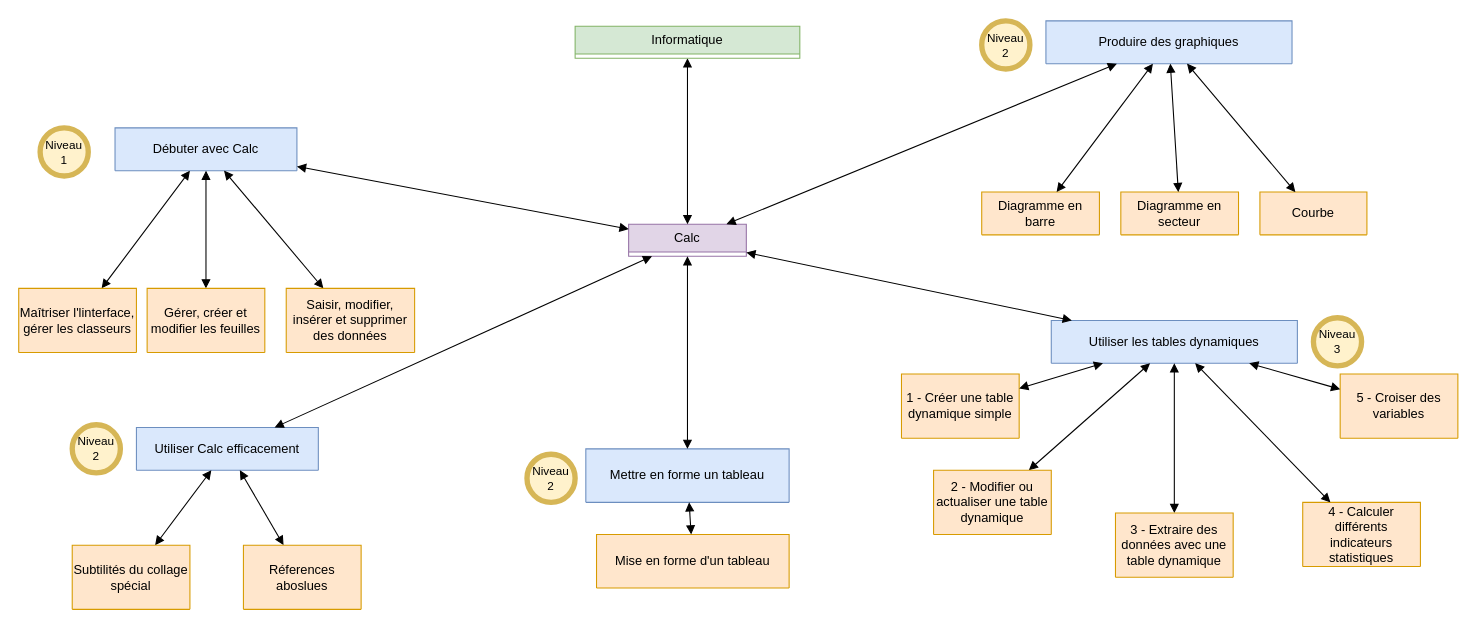
The draw.io diagram calc.drawio in jean-seb-2106/pythontest, before the edit. Source tidied: cells renumbered, new cells numbered last; positions are measured from the earlier drawing's top-left corner, leaving out a move shared by most shapes. Both pictures are drawn from the tidied source at 107%, with x=0, y=0 at pixel (18, 20).
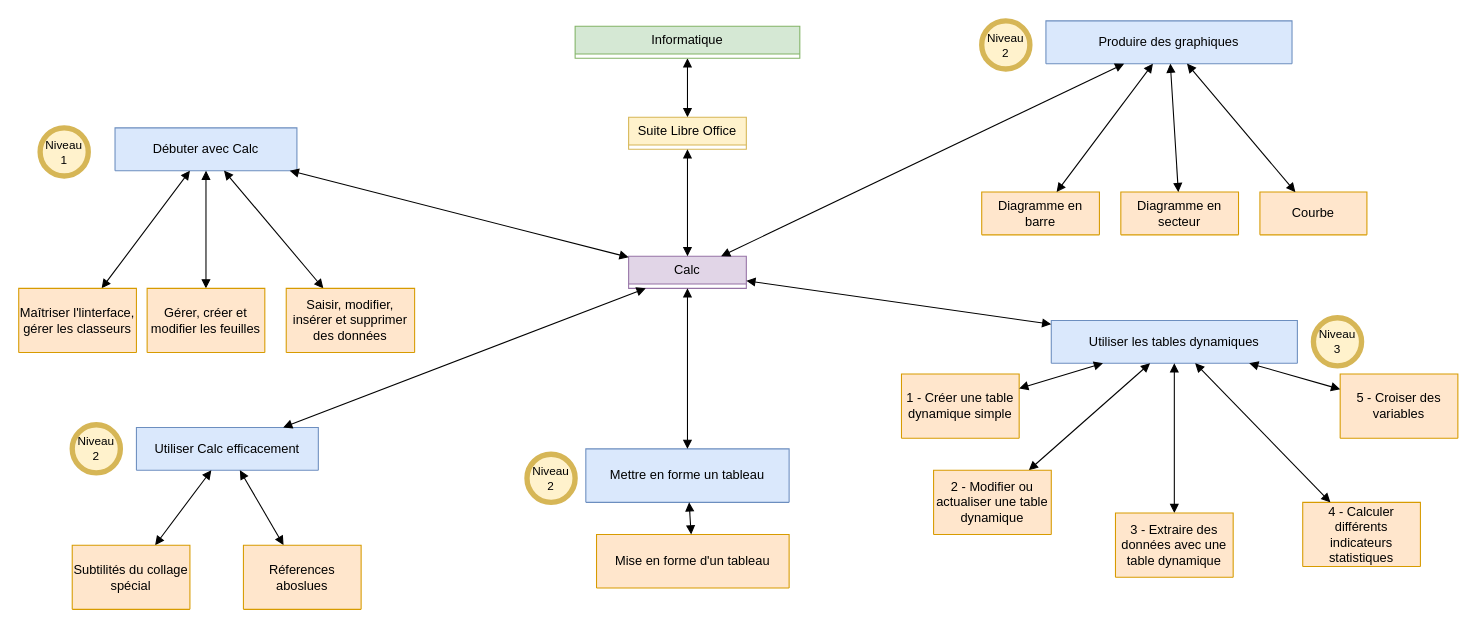
After the change.

Commit message:
Mettre à jour calc.drawio

The change refers to these unchanged cells:
```xml
<mxCell id="4" value="Informatique" style="swimlane;fontStyle=0;horizontal=1;startSize=26;fillColor=#d5e8d4;whiteSpace=wrap;html=1;strokeColor=#82b366;" parent="1" vertex="1" collapsed="1">
  <mxGeometry x="520" y="5" width="210" height="30" as="geometry" />
</mxCell>
```

The edit, as a diff of the source:
```diff
@@
     <mxCell id="2" value="Calc" style="swimlane;fontStyle=0;horizontal=1;startSize=26;fillColor=#e1d5e7;whiteSpace=wrap;html=1;strokeColor=#9673a6;" parent="1" vertex="1" collapsed="1">
-      <mxGeometry x="570" y="190" width="110" height="30" as="geometry" />
+      <mxGeometry x="570" y="220" width="110" height="30" as="geometry" />
     </mxCell>
-    <mxCell id="3" style="endArrow=block;startArrow=block;endFill=1;startFill=1;html=1;rounded=0;" parent="1" edge="1" source="4" target="2">
+    <mxCell id="3" style="endArrow=block;startArrow=block;endFill=1;startFill=1;html=1;rounded=0;" parent="1" edge="1" source="4" target="48">
       <mxGeometry relative="1" as="geometry" />
     </mxCell>
@@
+    <mxCell id="48" value="Suite Libre Office" style="swimlane;fontStyle=0;horizontal=1;startSize=26;fillColor=#fff2cc;whiteSpace=wrap;html=1;strokeColor=#d6b656;" parent="1" vertex="1" collapsed="1">
+      <mxGeometry x="570" y="90" width="110" height="30" as="geometry" />
+    </mxCell>
+    <mxCell id="49" style="endArrow=block;startArrow=block;endFill=1;startFill=1;html=1;rounded=0;" parent="1" edge="1" source="48" target="2">
+      <mxGeometry relative="1" as="geometry" />
+    </mxCell>
```
